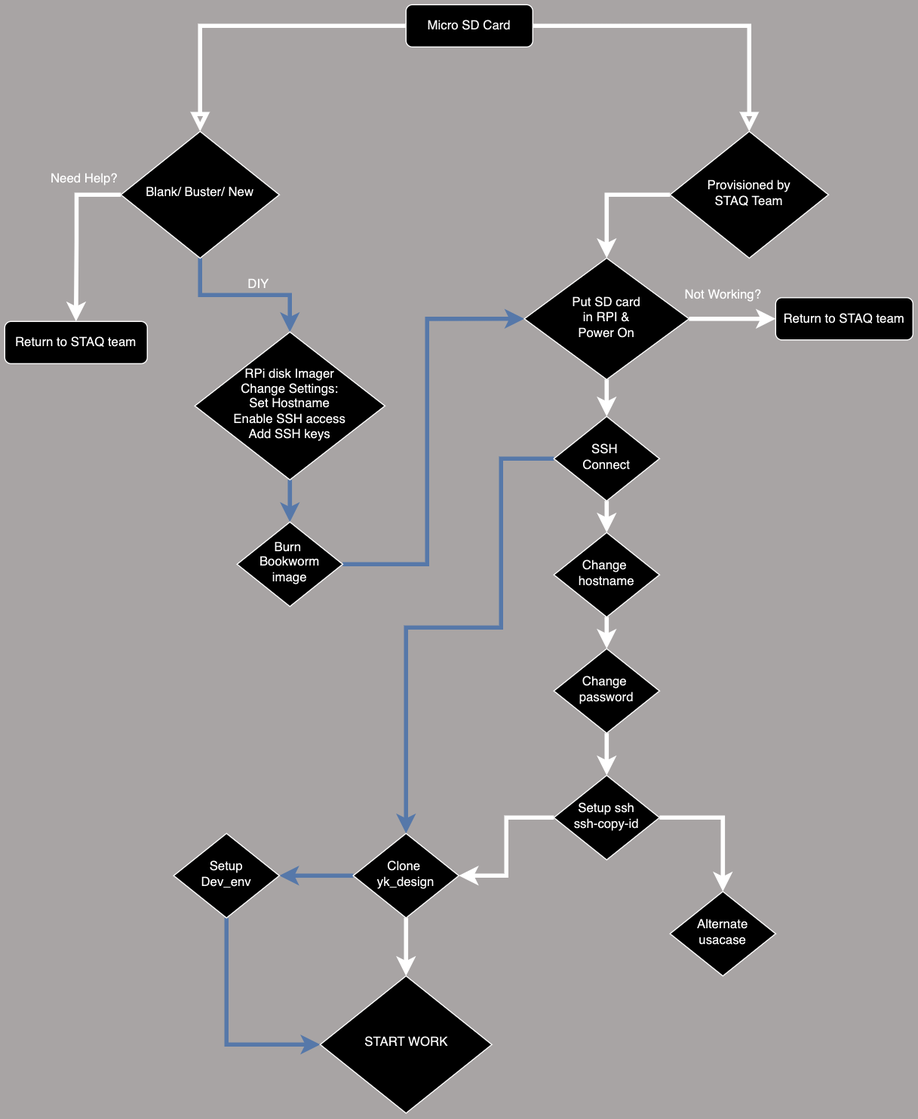
Above: Untitled Diagram.drawio.png in devturner/bookworm_card (draw.io), before the change. Source tidied: cells renumbered, new cells last; positions are measured from the earlier drawing's top-left corner, leaving out a move shared by most shapes.
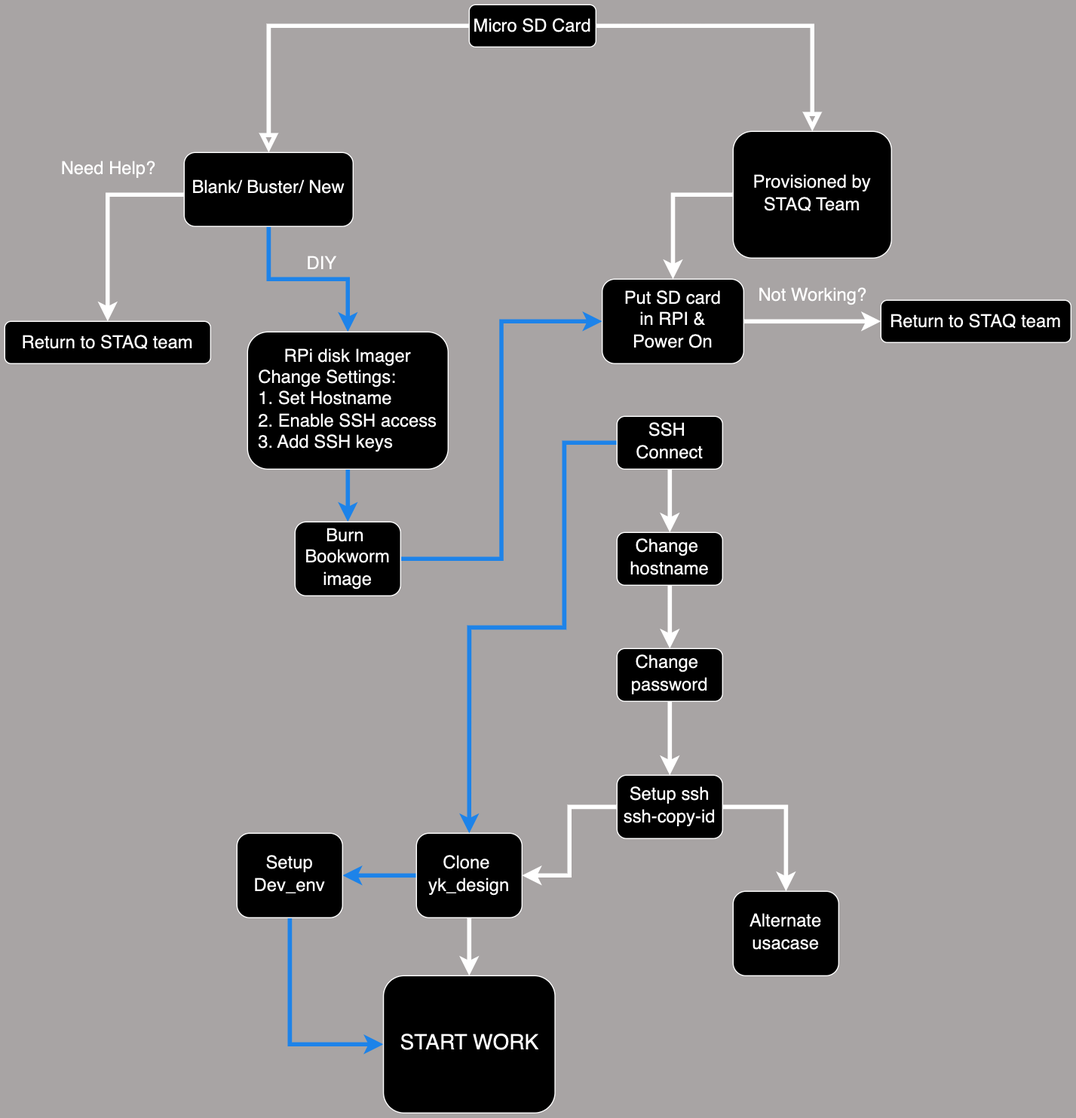
The same file after the commit.

Diff of the diagram source:
```diff
@@ -5,41 +5,40 @@
     <mxCell id="2" style="rounded=0;html=1;jettySize=auto;fontSize=11;endArrow=block;endFill=0;endSize=8;strokeWidth=4;shadow=0;labelBackgroundColor=none;edgeStyle=orthogonalEdgeStyle;" parent="1" edge="1" source="3" target="5">
       <mxGeometry relative="1" as="geometry" />
     </mxCell>
-    <mxCell id="3" value="Micro SD Card" style="rounded=1;whiteSpace=wrap;html=1;fontSize=12;glass=0;strokeWidth=1;shadow=0;" parent="1" vertex="1">
+    <mxCell id="3" value="&lt;font style=&quot;font-size: 17px;&quot;&gt;Micro SD Card&lt;/font&gt;" style="rounded=1;whiteSpace=wrap;html=1;fontSize=12;glass=0;strokeWidth=1;shadow=0;" parent="1" vertex="1">
       <mxGeometry x="380" width="120" height="40" as="geometry" />
     </mxCell>
     <mxCell id="4" style="edgeStyle=orthogonalEdgeStyle;rounded=0;jettySize=auto;html=1;entryX=0.5;entryY=0;entryDx=0;entryDy=0;strokeWidth=4;" parent="1" edge="1" source="5" target="34">
       <mxGeometry relative="1" as="geometry">
         <Array as="points">
-          <mxPoint x="570" y="180" />
+          <mxPoint x="573" y="180" />
         </Array>
       </mxGeometry>
     </mxCell>
-    <mxCell id="5" value="Provisioned by &lt;br&gt;STAQ Team" style="rhombus;whiteSpace=wrap;html=1;shadow=0;fontFamily=Helvetica;fontSize=12;align=center;strokeWidth=1;spacing=6;spacingTop=-4;" parent="1" vertex="1">
+    <mxCell id="5" value="&lt;font style=&quot;font-size: 17px;&quot;&gt;Provisioned by &lt;br&gt;STAQ Team&lt;/font&gt;" style="rounded=1;whiteSpace=wrap;html=1;shadow=0;fontFamily=Helvetica;fontSize=12;align=center;strokeWidth=1;spacing=6;spacingTop=-4;" parent="1" vertex="1">
       <mxGeometry x="630" y="120" width="150" height="120" as="geometry" />
     </mxCell>
-    <mxCell id="6" value="Return to STAQ team" style="rounded=1;whiteSpace=wrap;html=1;fontSize=12;glass=0;strokeWidth=1;shadow=0;" parent="1" vertex="1">
-      <mxGeometry x="730" y="277.5" width="130" height="40" as="geometry" />
+    <mxCell id="6" value="&lt;font style=&quot;font-size: 17px;&quot;&gt;Return to STAQ team&lt;/font&gt;" style="rounded=1;whiteSpace=wrap;html=1;fontSize=12;glass=0;strokeWidth=1;shadow=0;" parent="1" vertex="1">
+      <mxGeometry x="770" y="280" width="180" height="40" as="geometry" />
     </mxCell>
     <mxCell id="7" style="edgeStyle=orthogonalEdgeStyle;rounded=0;jettySize=auto;html=1;strokeWidth=4;" parent="1" edge="1" source="8" target="14">
       <mxGeometry relative="1" as="geometry" />
     </mxCell>
-    <mxCell id="8" value="Change&amp;nbsp;&lt;br&gt;hostname" style="rhombus;whiteSpace=wrap;html=1;shadow=0;fontFamily=Helvetica;fontSize=12;align=center;strokeWidth=1;spacing=6;spacingTop=-4;" parent="1" vertex="1">
-      <mxGeometry x="520" y="500" width="100" height="80" as="geometry" />
+    <mxCell id="8" value="&lt;font style=&quot;font-size: 17px;&quot;&gt;Change&amp;nbsp;&lt;br&gt;hostname&lt;/font&gt;" style="rounded=1;whiteSpace=wrap;html=1;shadow=0;fontFamily=Helvetica;fontSize=12;align=center;strokeWidth=1;spacing=6;spacingTop=-4;" parent="1" vertex="1">
+      <mxGeometry x="520" y="500" width="100" height="50" as="geometry" />
     </mxCell>
-    <mxCell id="9" style="edgeStyle=orthogonalEdgeStyle;rounded=0;jettySize=auto;html=1;entryX=0.5;entryY=0;entryDx=0;entryDy=0;fillColor=#dae8fc;strokeColor=#6c8ebf;strokeWidth=4;" parent="1" edge="1" source="11" target="23">
+    <mxCell id="9" style="edgeStyle=orthogonalEdgeStyle;rounded=0;jettySize=auto;html=1;entryX=0.5;entryY=0;entryDx=0;entryDy=0;fillColor=#dae8fc;strokeColor=#3399FF;strokeWidth=4;" parent="1" edge="1" source="11" target="23">
       <mxGeometry relative="1" as="geometry" />
     </mxCell>
     <mxCell id="10" style="edgeStyle=orthogonalEdgeStyle;rounded=0;jettySize=auto;html=1;entryX=0.5;entryY=0;entryDx=0;entryDy=0;strokeWidth=4;" parent="1" edge="1" source="11" target="24">
       <mxGeometry relative="1" as="geometry">
         <Array as="points">
-          <mxPoint x="68" y="180" />
-          <mxPoint x="68" y="225" />
+          <mxPoint x="38" y="180" />
         </Array>
       </mxGeometry>
     </mxCell>
-    <mxCell id="11" value="Blank/ Buster/ New" style="rhombus;whiteSpace=wrap;html=1;shadow=0;fontFamily=Helvetica;fontSize=12;align=center;strokeWidth=1;spacing=6;spacingTop=-4;" parent="1" vertex="1">
-      <mxGeometry x="110" y="120" width="150" height="120" as="geometry" />
+    <mxCell id="11" value="&lt;font style=&quot;font-size: 17px;&quot;&gt;Blank/ Buster/ New&lt;/font&gt;" style="rounded=1;whiteSpace=wrap;html=1;shadow=0;fontFamily=Helvetica;fontSize=12;align=center;strokeWidth=1;spacing=6;spacingTop=-4;" parent="1" vertex="1">
+      <mxGeometry x="110" y="140" width="160" height="70" as="geometry" />
     </mxCell>
     <mxCell id="12" style="rounded=0;html=1;jettySize=auto;fontSize=11;endArrow=block;endFill=0;endSize=8;strokeWidth=4;shadow=0;labelBackgroundColor=none;edgeStyle=orthogonalEdgeStyle;" parent="1" edge="1" source="3" target="11">
       <mxGeometry relative="1" as="geometry" />
@@ -47,8 +46,8 @@
     <mxCell id="13" style="edgeStyle=orthogonalEdgeStyle;rounded=0;jettySize=auto;html=1;strokeWidth=4;" parent="1" edge="1" source="14" target="17">
       <mxGeometry relative="1" as="geometry" />
     </mxCell>
-    <mxCell id="14" value="Change&amp;nbsp;&lt;br&gt;password" style="rhombus;whiteSpace=wrap;html=1;shadow=0;fontFamily=Helvetica;fontSize=12;align=center;strokeWidth=1;spacing=6;spacingTop=-4;" parent="1" vertex="1">
-      <mxGeometry x="520" y="610" width="100" height="80" as="geometry" />
+    <mxCell id="14" value="&lt;font style=&quot;font-size: 17px;&quot;&gt;Change&amp;nbsp;&lt;br&gt;password&lt;/font&gt;" style="rounded=1;whiteSpace=wrap;html=1;shadow=0;fontFamily=Helvetica;fontSize=12;align=center;strokeWidth=1;spacing=6;spacingTop=-4;" parent="1" vertex="1">
+      <mxGeometry x="520" y="610" width="100" height="50" as="geometry" />
     </mxCell>
     <mxCell id="15" style="edgeStyle=orthogonalEdgeStyle;rounded=0;jettySize=auto;html=1;strokeWidth=4;" parent="1" edge="1" source="17" target="20">
       <mxGeometry relative="1" as="geometry" />
@@ -56,86 +55,82 @@
     <mxCell id="16" style="edgeStyle=orthogonalEdgeStyle;rounded=0;jettySize=auto;html=1;strokeWidth=4;" parent="1" edge="1" source="17" target="21">
       <mxGeometry relative="1" as="geometry" />
     </mxCell>
-    <mxCell id="17" value="Setup ssh&lt;br&gt;ssh-copy-id" style="rhombus;whiteSpace=wrap;html=1;shadow=0;fontFamily=Helvetica;fontSize=12;align=center;strokeWidth=1;spacing=6;spacingTop=-4;" parent="1" vertex="1">
-      <mxGeometry x="520" y="730" width="100" height="80" as="geometry" />
+    <mxCell id="17" value="&lt;font style=&quot;font-size: 17px;&quot;&gt;Setup ssh&lt;br&gt;ssh-copy-id&lt;/font&gt;" style="rounded=1;whiteSpace=wrap;html=1;shadow=0;fontFamily=Helvetica;fontSize=12;align=center;strokeWidth=1;spacing=6;spacingTop=-4;" parent="1" vertex="1">
+      <mxGeometry x="520" y="730" width="100" height="60" as="geometry" />
     </mxCell>
-    <mxCell id="18" style="edgeStyle=orthogonalEdgeStyle;rounded=0;jettySize=auto;html=1;entryX=1;entryY=0.5;entryDx=0;entryDy=0;fillColor=#dae8fc;strokeColor=#6c8ebf;strokeWidth=4;" parent="1" edge="1" source="20" target="26">
+    <mxCell id="18" style="edgeStyle=orthogonalEdgeStyle;rounded=0;jettySize=auto;html=1;entryX=1;entryY=0.5;entryDx=0;entryDy=0;fillColor=#dae8fc;strokeColor=#3399FF;strokeWidth=4;" parent="1" edge="1" source="20" target="26">
       <mxGeometry relative="1" as="geometry" />
     </mxCell>
     <mxCell id="19" style="edgeStyle=orthogonalEdgeStyle;rounded=0;jettySize=auto;html=1;entryX=0.5;entryY=0;entryDx=0;entryDy=0;strokeWidth=4;" parent="1" edge="1" source="20" target="36">
       <mxGeometry relative="1" as="geometry" />
     </mxCell>
-    <mxCell id="20" value="Clone&amp;nbsp;&lt;br&gt;yk_design" style="rhombus;whiteSpace=wrap;html=1;shadow=0;fontFamily=Helvetica;fontSize=12;align=center;strokeWidth=1;spacing=6;spacingTop=-4;" parent="1" vertex="1">
+    <mxCell id="20" value="&lt;font style=&quot;font-size: 17px;&quot;&gt;Clone&amp;nbsp;&lt;br&gt;yk_design&lt;/font&gt;" style="rounded=1;whiteSpace=wrap;html=1;shadow=0;fontFamily=Helvetica;fontSize=12;align=center;strokeWidth=1;spacing=6;spacingTop=-4;" parent="1" vertex="1">
       <mxGeometry x="330" y="785" width="100" height="80" as="geometry" />
     </mxCell>
-    <mxCell id="21" value="Alternate&lt;br&gt;usacase" style="rhombus;whiteSpace=wrap;html=1;shadow=0;fontFamily=Helvetica;fontSize=12;align=center;strokeWidth=1;spacing=6;spacingTop=-4;" parent="1" vertex="1">
+    <mxCell id="21" value="&lt;font style=&quot;font-size: 17px;&quot;&gt;Alternate&lt;br&gt;usacase&lt;/font&gt;" style="rounded=1;whiteSpace=wrap;html=1;shadow=0;fontFamily=Helvetica;fontSize=12;align=center;strokeWidth=1;spacing=6;spacingTop=-4;" parent="1" vertex="1">
       <mxGeometry x="630" y="840" width="100" height="80" as="geometry" />
     </mxCell>
-    <mxCell id="22" style="edgeStyle=orthogonalEdgeStyle;rounded=0;jettySize=auto;html=1;entryX=0.5;entryY=0;entryDx=0;entryDy=0;fillColor=#dae8fc;strokeColor=#6c8ebf;strokeWidth=4;" parent="1" edge="1" source="23" target="30">
-      <mxGeometry relative="1" as="geometry" />
+    <mxCell id="22" style="edgeStyle=orthogonalEdgeStyle;rounded=0;jettySize=auto;html=1;entryX=0.5;entryY=0;entryDx=0;entryDy=0;fillColor=#dae8fc;strokeColor=#3399FF;strokeWidth=4;" parent="1" edge="1" source="23" target="30">
+      <mxGeometry relative="1" as="geometry">
+        <Array as="points">
+          <mxPoint x="265" y="490" />
+        </Array>
+      </mxGeometry>
     </mxCell>
-    <mxCell id="23" value="RPi disk Imager&lt;br&gt;Change Settings:&lt;br&gt;Set Hostname&lt;br&gt;Enable SSH access&lt;br&gt;Add SSH keys" style="rhombus;whiteSpace=wrap;html=1;shadow=0;fontFamily=Helvetica;fontSize=12;align=center;strokeWidth=1;spacing=6;spacingTop=-4;" parent="1" vertex="1">
-      <mxGeometry x="180" y="310" width="180" height="140" as="geometry" />
+    <mxCell id="23" value="&lt;font style=&quot;font-size: 17px;&quot;&gt;RPi disk Imager&lt;br&gt;&lt;div style=&quot;text-align: left;&quot;&gt;&lt;span style=&quot;background-color: initial;&quot;&gt;Change Settings:&lt;/span&gt;&lt;/div&gt;&lt;div style=&quot;text-align: left;&quot;&gt;&lt;span style=&quot;background-color: initial;&quot;&gt;1. Set Hostname&lt;/span&gt;&lt;/div&gt;&lt;div style=&quot;text-align: left;&quot;&gt;&lt;span style=&quot;background-color: initial;&quot;&gt;2. Enable SSH access&lt;/span&gt;&lt;/div&gt;&lt;div style=&quot;text-align: left;&quot;&gt;&lt;span style=&quot;background-color: initial;&quot;&gt;3. Add SSH keys&lt;/span&gt;&lt;/div&gt;&lt;/font&gt;" style="rounded=1;whiteSpace=wrap;html=1;shadow=0;fontFamily=Helvetica;fontSize=12;align=center;strokeWidth=1;spacing=6;spacingTop=-4;" parent="1" vertex="1">
+      <mxGeometry x="170" y="310" width="190" height="130" as="geometry" />
     </mxCell>
-    <mxCell id="24" value="Return to STAQ team" style="rounded=1;whiteSpace=wrap;html=1;fontSize=12;glass=0;strokeWidth=1;shadow=0;" parent="1" vertex="1">
-      <mxGeometry y="300" width="135" height="40" as="geometry" />
+    <mxCell id="24" value="&lt;font style=&quot;font-size: 17px;&quot;&gt;Return to STAQ team&lt;/font&gt;" style="rounded=1;whiteSpace=wrap;html=1;fontSize=12;glass=0;strokeWidth=1;shadow=0;" parent="1" vertex="1">
+      <mxGeometry x="-60" y="300" width="195" height="40" as="geometry" />
     </mxCell>
-    <mxCell id="25" style="edgeStyle=orthogonalEdgeStyle;rounded=0;jettySize=auto;html=1;entryX=0;entryY=0.5;entryDx=0;entryDy=0;fillColor=#dae8fc;strokeColor=#6c8ebf;strokeWidth=4;" parent="1" edge="1" source="26" target="36">
+    <mxCell id="25" style="edgeStyle=orthogonalEdgeStyle;rounded=0;jettySize=auto;html=1;entryX=0;entryY=0.5;entryDx=0;entryDy=0;fillColor=#dae8fc;strokeColor=#3399FF;strokeWidth=4;" parent="1" edge="1" source="26" target="36">
       <mxGeometry relative="1" as="geometry">
         <Array as="points">
           <mxPoint x="210" y="985" />
         </Array>
       </mxGeometry>
     </mxCell>
-    <mxCell id="26" value="Setup&lt;br&gt;Dev_env" style="rhombus;whiteSpace=wrap;html=1;shadow=0;fontFamily=Helvetica;fontSize=12;align=center;strokeWidth=1;spacing=6;spacingTop=-4;" parent="1" vertex="1">
+    <mxCell id="26" value="&lt;font style=&quot;font-size: 17px;&quot;&gt;Setup&lt;br&gt;Dev_env&lt;/font&gt;" style="rounded=1;whiteSpace=wrap;html=1;shadow=0;fontFamily=Helvetica;fontSize=12;align=center;strokeWidth=1;spacing=6;spacingTop=-4;" parent="1" vertex="1">
       <mxGeometry x="160" y="785" width="100" height="80" as="geometry" />
     </mxCell>
-    <mxCell id="27" value="Need Help?" style="text;html=1;align=center;verticalAlign=middle;strokeColor=none;fillColor=none;" parent="1" vertex="1">
-      <mxGeometry x="30" y="150" width="90" height="30" as="geometry" />
+    <mxCell id="27" value="&lt;font style=&quot;font-size: 17px;&quot;&gt;Need Help?&lt;/font&gt;" style="text;html=1;align=center;verticalAlign=middle;strokeColor=none;fillColor=none;" parent="1" vertex="1">
+      <mxGeometry x="-17.5" y="140" width="110" height="30" as="geometry" />
     </mxCell>
-    <mxCell id="28" value="DIY" style="text;html=1;align=center;verticalAlign=middle;strokeColor=none;fillColor=none;" parent="1" vertex="1">
-      <mxGeometry x="220" y="250" width="40" height="30" as="geometry" />
+    <mxCell id="28" value="&lt;font style=&quot;font-size: 17px;&quot;&gt;DIY&lt;/font&gt;" style="text;html=1;align=center;verticalAlign=middle;strokeColor=none;fillColor=none;" parent="1" vertex="1">
+      <mxGeometry x="215" y="230" width="50" height="30" as="geometry" />
     </mxCell>
-    <mxCell id="29" style="edgeStyle=orthogonalEdgeStyle;rounded=0;jettySize=auto;html=1;entryX=0;entryY=0.5;entryDx=0;entryDy=0;fillColor=#dae8fc;strokeColor=#6c8ebf;strokeWidth=4;" parent="1" edge="1" source="30" target="34">
-      <mxGeometry relative="1" as="geometry">
-        <Array as="points">
-          <mxPoint x="400" y="530" />
-          <mxPoint x="400" y="298" />
-        </Array>
-      </mxGeometry>
+    <mxCell id="29" style="edgeStyle=orthogonalEdgeStyle;rounded=0;jettySize=auto;html=1;entryX=0;entryY=0.5;entryDx=0;entryDy=0;fillColor=#dae8fc;strokeColor=#3399FF;strokeWidth=4;" parent="1" edge="1" source="30" target="34">
+      <mxGeometry relative="1" as="geometry" />
     </mxCell>
-    <mxCell id="30" value="Burn&amp;nbsp;&lt;br&gt;Bookworm&lt;br&gt;image" style="rhombus;whiteSpace=wrap;html=1;shadow=0;fontFamily=Helvetica;fontSize=12;align=center;strokeWidth=1;spacing=6;spacingTop=-4;" parent="1" vertex="1">
-      <mxGeometry x="220" y="490" width="100" height="80" as="geometry" />
+    <mxCell id="30" value="&lt;font style=&quot;font-size: 17px;&quot;&gt;Burn&amp;nbsp;&lt;br&gt;Bookworm&lt;br&gt;image&lt;/font&gt;" style="rounded=1;whiteSpace=wrap;html=1;shadow=0;fontFamily=Helvetica;fontSize=12;align=center;strokeWidth=1;spacing=6;spacingTop=-4;" parent="1" vertex="1">
+      <mxGeometry x="215" y="490" width="100" height="70" as="geometry" />
     </mxCell>
+    <mxCell id="32" style="edgeStyle=orthogonalEdgeStyle;rounded=0;jettySize=auto;html=1;exitX=0;exitY=0.5;exitDx=0;exitDy=0;entryX=0.5;entryY=0;entryDx=0;entryDy=0;fillColor=#dae8fc;strokeColor=#3399FF;strokeWidth=4;" parent="1" edge="1" source="38" target="20">
+      <mxGeometry relative="1" as="geometry">
+        <Array as="points">
+          <mxPoint x="470" y="415" />
+          <mxPoint x="470" y="590" />
+          <mxPoint x="380" y="590" />
+        </Array>
+      </mxGeometry>
+    </mxCell>
     <mxCell id="31" style="edgeStyle=orthogonalEdgeStyle;rounded=0;jettySize=auto;html=1;entryX=0;entryY=0.5;entryDx=0;entryDy=0;strokeWidth=4;" parent="1" edge="1" source="34" target="6">
       <mxGeometry relative="1" as="geometry" />
     </mxCell>
-    <mxCell id="32" style="edgeStyle=orthogonalEdgeStyle;rounded=0;jettySize=auto;html=1;exitX=0;exitY=0.5;exitDx=0;exitDy=0;entryX=0.5;entryY=0;entryDx=0;entryDy=0;fillColor=#dae8fc;strokeColor=#6c8ebf;strokeWidth=4;" parent="1" edge="1" source="38" target="20">
-      <mxGeometry relative="1" as="geometry">
-        <Array as="points">
-          <mxPoint x="470" y="430" />
-          <mxPoint x="470" y="590" />
-          <mxPoint x="380" y="590" />
-        </Array>
-      </mxGeometry>
-    </mxCell>
-    <mxCell id="33" style="edgeStyle=orthogonalEdgeStyle;rounded=0;jettySize=auto;html=1;exitX=0.5;exitY=1;exitDx=0;exitDy=0;entryX=0.5;entryY=0;entryDx=0;entryDy=0;strokeWidth=4;" parent="1" edge="1" source="34" target="38">
-      <mxGeometry relative="1" as="geometry" />
-    </mxCell>
-    <mxCell id="34" value="Put SD card&lt;br&gt;in RPI &amp;amp;&lt;br&gt;Power On" style="rhombus;whiteSpace=wrap;html=1;shadow=0;fontFamily=Helvetica;fontSize=12;align=center;strokeWidth=1;spacing=6;spacingTop=-4;" parent="1" vertex="1">
-      <mxGeometry x="492" y="240" width="156" height="115" as="geometry" />
+    <mxCell id="34" value="&lt;font style=&quot;font-size: 17px;&quot;&gt;Put SD card&lt;br&gt;in RPI &amp;amp;&lt;br&gt;Power On&lt;/font&gt;" style="rounded=1;whiteSpace=wrap;html=1;shadow=0;fontFamily=Helvetica;fontSize=12;align=center;strokeWidth=1;spacing=6;spacingTop=-4;" parent="1" vertex="1">
+      <mxGeometry x="506" y="260" width="134" height="80" as="geometry" />
     </mxCell>
-    <mxCell id="35" value="Not Working?" style="text;html=1;align=center;verticalAlign=middle;strokeColor=none;fillColor=none;" parent="1" vertex="1">
-      <mxGeometry x="630" y="260" width="100" height="30" as="geometry" />
+    <mxCell id="35" value="&lt;font style=&quot;font-size: 17px;&quot;&gt;Not Working?&lt;/font&gt;" style="text;html=1;align=center;verticalAlign=middle;strokeColor=none;fillColor=none;" parent="1" vertex="1">
+      <mxGeometry x="640" y="260" width="130" height="30" as="geometry" />
     </mxCell>
-    <mxCell id="36" value="START WORK" style="rhombus;whiteSpace=wrap;html=1;shadow=0;fontFamily=Helvetica;fontSize=12;align=center;strokeWidth=1;spacing=6;spacingTop=-4;" parent="1" vertex="1">
+    <mxCell id="36" value="&lt;font style=&quot;font-size: 20px;&quot;&gt;START WORK&lt;/font&gt;" style="rounded=1;whiteSpace=wrap;html=1;shadow=0;fontFamily=Helvetica;fontSize=12;align=center;strokeWidth=1;spacing=6;spacingTop=-4;" parent="1" vertex="1">
       <mxGeometry x="298.8" y="920" width="162.5" height="130" as="geometry" />
     </mxCell>
     <mxCell id="37" style="edgeStyle=orthogonalEdgeStyle;rounded=0;jettySize=auto;html=1;exitX=0.5;exitY=1;exitDx=0;exitDy=0;entryX=0.5;entryY=0;entryDx=0;entryDy=0;strokeWidth=4;" parent="1" edge="1" source="38" target="8">
       <mxGeometry relative="1" as="geometry" />
     </mxCell>
-    <mxCell id="38" value="SSH&amp;nbsp;&lt;br&gt;Connect" style="rhombus;whiteSpace=wrap;html=1;shadow=0;fontFamily=Helvetica;fontSize=12;align=center;strokeWidth=1;spacing=6;spacingTop=-4;" parent="1" vertex="1">
-      <mxGeometry x="520" y="390" width="100" height="80" as="geometry" />
+    <mxCell id="38" value="&lt;font style=&quot;font-size: 17px;&quot;&gt;SSH&amp;nbsp;&lt;br&gt;Connect&lt;/font&gt;" style="rounded=1;whiteSpace=wrap;html=1;shadow=0;fontFamily=Helvetica;fontSize=12;align=center;strokeWidth=1;spacing=6;spacingTop=-4;" parent="1" vertex="1">
+      <mxGeometry x="520" y="390" width="100" height="50" as="geometry" />
     </mxCell>
   </root>
 </mxGraphModel>
```
